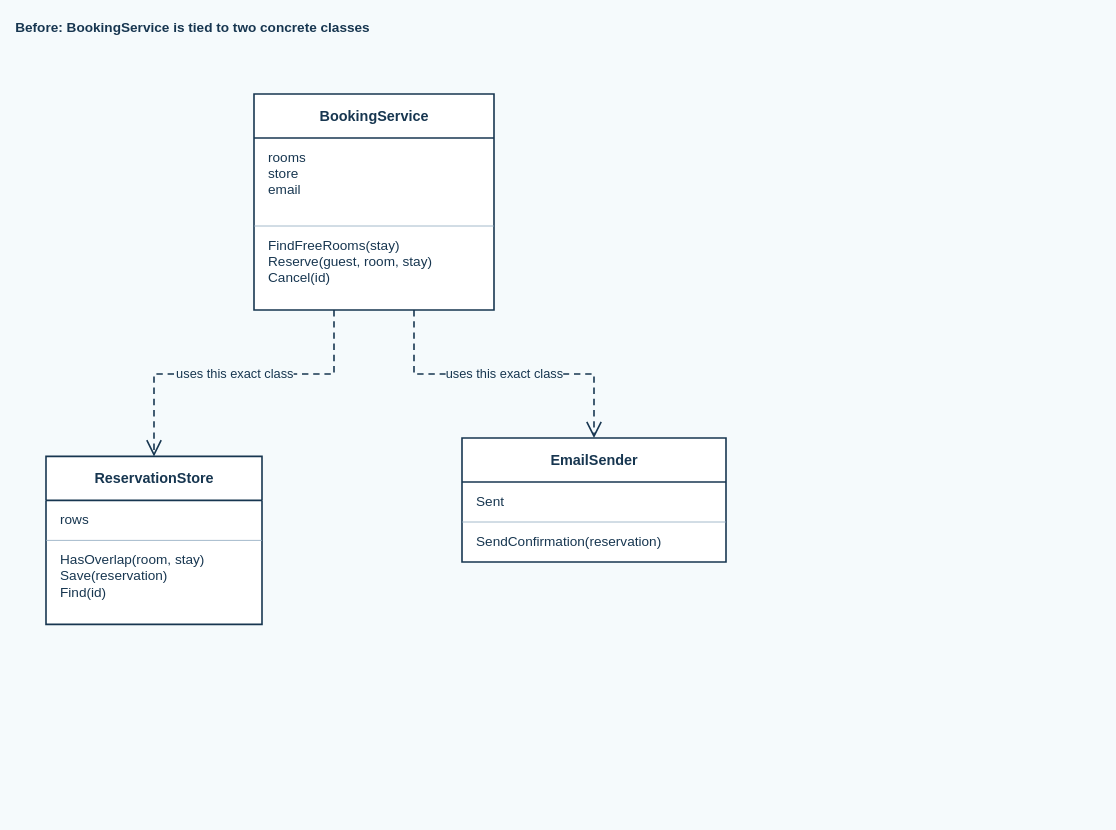
This is page "Classes" (1 of 8) of docs/diagrams.drawio from muhammadjonsaidov/hotel-booking, a draw.io file, before an edit. Source tidied: cells renumbered, new cells numbered last; positions are measured from the earlier drawing's top-left corner, leaving out a move shared by most shapes. Both pictures are drawn from the tidied source at 80%, with x=0, y=0 at pixel (14, 14).
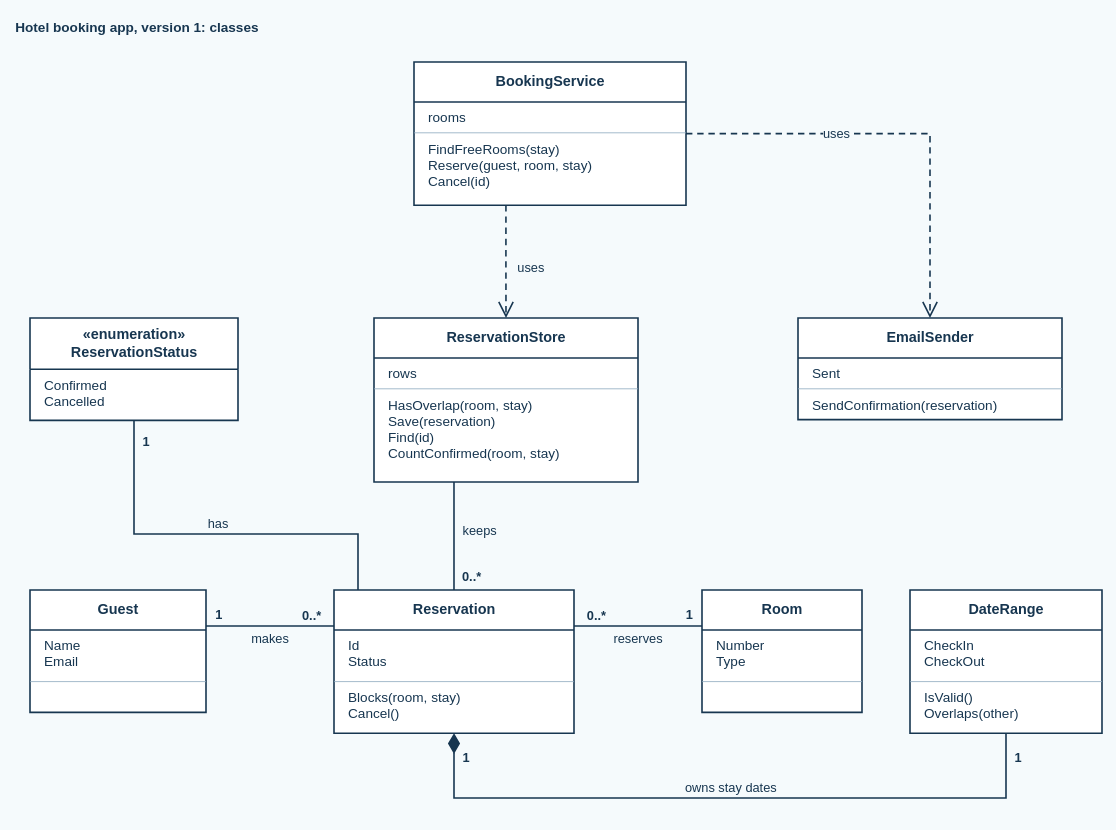
The same page after the edit.

Commit message (it also covers changes not shown here):
Redraw P03 class diagram and clean Forbidden arrow style

The Classes page held only the three-class "before" sketch. It now shows
the full version 1 design: 8 classes and 7 links (two "uses" dependencies,
four associations with multiplicities, and the Reservation-DateRange
composition).

On the Modules page, the Forbidden arrow listed strokeColor and fontColor
twice; the duplicate blue values are removed so the arrow is plainly red.

Change to the diagram source:
```diff
@@
-    <mxCell id="2" value="Before: BookingService is tied to two concrete classes" style="text;html=1;align=left;verticalAlign=middle;fontStyle=1;fontSize=17;fontColor=#173650;" parent="1" vertex="1">
+    <mxCell id="2" value="Hotel booking app, version 1: classes" style="text;html=1;align=left;verticalAlign=middle;fontStyle=1;fontSize=17;fontColor=#173650;" parent="1" vertex="1">
       <mxGeometry width="900" height="35" as="geometry" />
     </mxCell>
-    <mxCell id="3" value="BookingService" style="swimlane;html=1;startSize=55;horizontal=1;fillColor=#ffffff;swimlaneFillColor=#ffffff;strokeColor=#173650;strokeWidth=2;fontColor=#173650;fontSize=18;fontStyle=1;align=center;" parent="1" vertex="1">
-      <mxGeometry x="300" y="100" width="300" height="270" as="geometry" />
+    <mxCell id="3" value="BookingService" style="swimlane;html=1;fontStyle=1;align=center;verticalAlign=middle;horizontal=1;startSize=50;fillColor=#ffffff;swimlaneFillColor=#ffffff;strokeColor=#173650;strokeWidth=2;fontColor=#173650;fontSize=18;" parent="1" vertex="1">
+      <mxGeometry x="500" y="60" width="340" height="179" as="geometry" />
     </mxCell>
-    <mxCell id="4" value="rooms&lt;br&gt;store&lt;br&gt;email" style="text;html=1;align=left;verticalAlign=top;spacingLeft=16;spacingTop=8;fontSize=17;fontColor=#173650;overflow=hidden;" parent="3" vertex="1">
-      <mxGeometry y="55" width="300" height="110" as="geometry" />
+    <mxCell id="4" value="rooms" style="text;html=1;align=left;verticalAlign=top;spacingLeft=16;spacingTop=4;fontSize=17;fontColor=#173650;strokeColor=none;fillColor=none;overflow=hidden;" parent="3" vertex="1">
+      <mxGeometry y="50" width="340" height="38" as="geometry" />
     </mxCell>
+    <mxCell id="17" style="line;html=1;strokeWidth=1;strokeColor=#8da9be;fillColor=none;align=left;verticalAlign=middle;spacingTop=-1;spacingLeft=3;spacingRight=3;labelPosition=right;" parent="3" vertex="1">
+      <mxGeometry y="88" width="340" height="1" as="geometry" />
+    </mxCell>
-    <mxCell id="5" value="FindFreeRooms(stay)&lt;br&gt;Reserve(guest, room, stay)&lt;br&gt;Cancel(id)" style="text;html=1;align=left;verticalAlign=top;spacingLeft=16;spacingTop=8;fontSize=17;fontColor=#173650;overflow=hidden;" parent="3" vertex="1">
-      <mxGeometry y="165" width="300" height="105" as="geometry" />
+    <mxCell id="5" value="FindFreeRooms(stay)&lt;br&gt;Reserve(guest, room, stay)&lt;br&gt;Cancel(id)" style="text;html=1;align=left;verticalAlign=top;spacingLeft=16;spacingTop=4;fontSize=17;fontColor=#173650;strokeColor=none;fillColor=none;overflow=hidden;" parent="3" vertex="1">
+      <mxGeometry y="89" width="340" height="90" as="geometry" />
     </mxCell>
-    <mxCell id="6" style="endArrow=none;startArrow=none;strokeColor=#8da9be;strokeWidth=1;" parent="3" edge="1">
-      <mxGeometry relative="1" as="geometry">
-        <mxPoint y="165" as="sourcePoint" />
-        <mxPoint x="300" y="165" as="targetPoint" />
-      </mxGeometry>
-    </mxCell>
+    <mxCell id="18" value="&amp;laquo;enumeration&amp;raquo;&lt;br&gt;ReservationStatus" style="swimlane;html=1;fontStyle=1;align=center;verticalAlign=middle;horizontal=1;startSize=64;fillColor=#ffffff;swimlaneFillColor=#ffffff;strokeColor=#173650;strokeWidth=2;fontColor=#173650;fontSize=18;" parent="1" vertex="1">
+      <mxGeometry x="20" y="380" width="260" height="128" as="geometry" />
+    </mxCell>
+    <mxCell id="19" value="Confirmed&lt;br&gt;Cancelled" style="text;html=1;align=left;verticalAlign=top;spacingLeft=16;spacingTop=4;fontSize=17;fontColor=#173650;strokeColor=none;fillColor=none;overflow=hidden;" parent="18" vertex="1">
+      <mxGeometry y="64" width="260" height="64" as="geometry" />
+    </mxCell>
-    <mxCell id="7" value="ReservationStore" style="swimlane;html=1;startSize=55;horizontal=1;fillColor=#ffffff;swimlaneFillColor=#ffffff;strokeColor=#173650;strokeWidth=2;fontColor=#173650;fontSize=18;fontStyle=1;align=center;" parent="1" vertex="1">
-      <mxGeometry x="40" y="553" width="270" height="210" as="geometry" />
+    <mxCell id="7" value="ReservationStore" style="swimlane;html=1;fontStyle=1;align=center;verticalAlign=middle;horizontal=1;startSize=50;fillColor=#ffffff;swimlaneFillColor=#ffffff;strokeColor=#173650;strokeWidth=2;fontColor=#173650;fontSize=18;" parent="1" vertex="1">
+      <mxGeometry x="450" y="380" width="330" height="205" as="geometry" />
     </mxCell>
-    <mxCell id="8" value="rows" style="text;html=1;align=left;verticalAlign=top;spacingLeft=16;spacingTop=8;fontSize=17;fontColor=#173650;overflow=hidden;" parent="7" vertex="1">
-      <mxGeometry y="55" width="270" height="50" as="geometry" />
+    <mxCell id="8" value="rows" style="text;html=1;align=left;verticalAlign=top;spacingLeft=16;spacingTop=4;fontSize=17;fontColor=#173650;strokeColor=none;fillColor=none;overflow=hidden;" parent="7" vertex="1">
+      <mxGeometry y="50" width="330" height="38" as="geometry" />
     </mxCell>
+    <mxCell id="20" style="line;html=1;strokeWidth=1;strokeColor=#8da9be;fillColor=none;align=left;verticalAlign=middle;spacingTop=-1;spacingLeft=3;spacingRight=3;labelPosition=right;" parent="7" vertex="1">
+      <mxGeometry y="88" width="330" height="1" as="geometry" />
+    </mxCell>
-    <mxCell id="9" value="HasOverlap(room, stay)&lt;br&gt;Save(reservation)&lt;br&gt;Find(id)" style="text;html=1;align=left;verticalAlign=top;spacingLeft=16;spacingTop=8;fontSize=17;fontColor=#173650;overflow=hidden;" parent="7" vertex="1">
-      <mxGeometry y="105" width="270" height="105" as="geometry" />
+    <mxCell id="9" value="HasOverlap(room, stay)&lt;br&gt;Save(reservation)&lt;br&gt;Find(id)&lt;br&gt;CountConfirmed(room, stay)" style="text;html=1;align=left;verticalAlign=top;spacingLeft=16;spacingTop=4;fontSize=17;fontColor=#173650;strokeColor=none;fillColor=none;overflow=hidden;" parent="7" vertex="1">
+      <mxGeometry y="89" width="330" height="116" as="geometry" />
     </mxCell>
-    <mxCell id="10" style="endArrow=none;startArrow=none;strokeColor=#8da9be;strokeWidth=1;" parent="7" edge="1">
-      <mxGeometry relative="1" as="geometry">
-        <mxPoint y="105" as="sourcePoint" />
-        <mxPoint x="270" y="105" as="targetPoint" />
-      </mxGeometry>
-    </mxCell>
-    <mxCell id="11" value="EmailSender" style="swimlane;html=1;startSize=55;horizontal=1;fillColor=#ffffff;swimlaneFillColor=#ffffff;strokeColor=#173650;strokeWidth=2;fontColor=#173650;fontSize=18;fontStyle=1;align=center;" parent="1" vertex="1">
-      <mxGeometry x="560" y="530" width="330" height="155" as="geometry" />
+    <mxCell id="11" value="EmailSender" style="swimlane;html=1;fontStyle=1;align=center;verticalAlign=middle;horizontal=1;startSize=50;fillColor=#ffffff;swimlaneFillColor=#ffffff;strokeColor=#173650;strokeWidth=2;fontColor=#173650;fontSize=18;" parent="1" vertex="1">
+      <mxGeometry x="980" y="380" width="330" height="127" as="geometry" />
     </mxCell>
-    <mxCell id="12" value="Sent" style="text;html=1;align=left;verticalAlign=top;spacingLeft=16;spacingTop=8;fontSize=17;fontColor=#173650;overflow=hidden;" parent="11" vertex="1">
-      <mxGeometry y="55" width="330" height="50" as="geometry" />
+    <mxCell id="12" value="Sent" style="text;html=1;align=left;verticalAlign=top;spacingLeft=16;spacingTop=4;fontSize=17;fontColor=#173650;strokeColor=none;fillColor=none;overflow=hidden;" parent="11" vertex="1">
+      <mxGeometry y="50" width="330" height="38" as="geometry" />
     </mxCell>
+    <mxCell id="21" style="line;html=1;strokeWidth=1;strokeColor=#8da9be;fillColor=none;align=left;verticalAlign=middle;spacingTop=-1;spacingLeft=3;spacingRight=3;labelPosition=right;" parent="11" vertex="1">
+      <mxGeometry y="88" width="330" height="1" as="geometry" />
+    </mxCell>
-    <mxCell id="13" value="SendConfirmation(reservation)" style="text;html=1;align=left;verticalAlign=top;spacingLeft=16;spacingTop=8;fontSize=17;fontColor=#173650;overflow=hidden;" parent="11" vertex="1">
-      <mxGeometry y="105" width="330" height="50" as="geometry" />
+    <mxCell id="13" value="SendConfirmation(reservation)" style="text;html=1;align=left;verticalAlign=top;spacingLeft=16;spacingTop=4;fontSize=17;fontColor=#173650;strokeColor=none;fillColor=none;overflow=hidden;" parent="11" vertex="1">
+      <mxGeometry y="89" width="330" height="38" as="geometry" />
     </mxCell>
-    <mxCell id="14" style="endArrow=none;startArrow=none;strokeColor=#8da9be;strokeWidth=1;" parent="11" edge="1">
-      <mxGeometry relative="1" as="geometry">
-        <mxPoint y="105" as="sourcePoint" />
-        <mxPoint x="330" y="105" as="targetPoint" />
-      </mxGeometry>
-    </mxCell>
+    <mxCell id="22" value="Guest" style="swimlane;html=1;fontStyle=1;align=center;verticalAlign=middle;horizontal=1;startSize=50;fillColor=#ffffff;swimlaneFillColor=#ffffff;strokeColor=#173650;strokeWidth=2;fontColor=#173650;fontSize=18;" parent="1" vertex="1">
+      <mxGeometry x="20" y="720" width="220" height="153" as="geometry" />
+    </mxCell>
+    <mxCell id="23" value="Name&lt;br&gt;Email" style="text;html=1;align=left;verticalAlign=top;spacingLeft=16;spacingTop=4;fontSize=17;fontColor=#173650;strokeColor=none;fillColor=none;overflow=hidden;" parent="22" vertex="1">
+      <mxGeometry y="50" width="220" height="64" as="geometry" />
+    </mxCell>
+    <mxCell id="24" style="line;html=1;strokeWidth=1;strokeColor=#8da9be;fillColor=none;align=left;verticalAlign=middle;spacingTop=-1;spacingLeft=3;spacingRight=3;labelPosition=right;" parent="22" vertex="1">
+      <mxGeometry y="114" width="220" height="1" as="geometry" />
+    </mxCell>
+    <mxCell id="25" style="text;html=1;align=left;verticalAlign=top;spacingLeft=16;spacingTop=4;fontSize=17;fontColor=#173650;strokeColor=none;fillColor=none;overflow=hidden;" parent="22" vertex="1">
+      <mxGeometry y="115" width="220" height="38" as="geometry" />
+    </mxCell>
+    <mxCell id="26" value="Reservation" style="swimlane;html=1;fontStyle=1;align=center;verticalAlign=middle;horizontal=1;startSize=50;fillColor=#ffffff;swimlaneFillColor=#ffffff;strokeColor=#173650;strokeWidth=2;fontColor=#173650;fontSize=18;" parent="1" vertex="1">
+      <mxGeometry x="400" y="720" width="300" height="179" as="geometry" />
+    </mxCell>
+    <mxCell id="27" value="Id&lt;br&gt;Status" style="text;html=1;align=left;verticalAlign=top;spacingLeft=16;spacingTop=4;fontSize=17;fontColor=#173650;strokeColor=none;fillColor=none;overflow=hidden;" parent="26" vertex="1">
+      <mxGeometry y="50" width="300" height="64" as="geometry" />
+    </mxCell>
+    <mxCell id="28" style="line;html=1;strokeWidth=1;strokeColor=#8da9be;fillColor=none;align=left;verticalAlign=middle;spacingTop=-1;spacingLeft=3;spacingRight=3;labelPosition=right;" parent="26" vertex="1">
+      <mxGeometry y="114" width="300" height="1" as="geometry" />
+    </mxCell>
+    <mxCell id="29" value="Blocks(room, stay)&lt;br&gt;Cancel()" style="text;html=1;align=left;verticalAlign=top;spacingLeft=16;spacingTop=4;fontSize=17;fontColor=#173650;strokeColor=none;fillColor=none;overflow=hidden;" parent="26" vertex="1">
+      <mxGeometry y="115" width="300" height="64" as="geometry" />
+    </mxCell>
+    <mxCell id="30" value="Room" style="swimlane;html=1;fontStyle=1;align=center;verticalAlign=middle;horizontal=1;startSize=50;fillColor=#ffffff;swimlaneFillColor=#ffffff;strokeColor=#173650;strokeWidth=2;fontColor=#173650;fontSize=18;" parent="1" vertex="1">
+      <mxGeometry x="860" y="720" width="200" height="153" as="geometry" />
+    </mxCell>
+    <mxCell id="31" value="Number&lt;br&gt;Type" style="text;html=1;align=left;verticalAlign=top;spacingLeft=16;spacingTop=4;fontSize=17;fontColor=#173650;strokeColor=none;fillColor=none;overflow=hidden;" parent="30" vertex="1">
+      <mxGeometry y="50" width="200" height="64" as="geometry" />
+    </mxCell>
+    <mxCell id="32" style="line;html=1;strokeWidth=1;strokeColor=#8da9be;fillColor=none;align=left;verticalAlign=middle;spacingTop=-1;spacingLeft=3;spacingRight=3;labelPosition=right;" parent="30" vertex="1">
+      <mxGeometry y="114" width="200" height="1" as="geometry" />
+    </mxCell>
+    <mxCell id="33" style="text;html=1;align=left;verticalAlign=top;spacingLeft=16;spacingTop=4;fontSize=17;fontColor=#173650;strokeColor=none;fillColor=none;overflow=hidden;" parent="30" vertex="1">
+      <mxGeometry y="115" width="200" height="38" as="geometry" />
+    </mxCell>
+    <mxCell id="34" value="DateRange" style="swimlane;html=1;fontStyle=1;align=center;verticalAlign=middle;horizontal=1;startSize=50;fillColor=#ffffff;swimlaneFillColor=#ffffff;strokeColor=#173650;strokeWidth=2;fontColor=#173650;fontSize=18;" parent="1" vertex="1">
+      <mxGeometry x="1120" y="720" width="240" height="179" as="geometry" />
+    </mxCell>
+    <mxCell id="35" value="CheckIn&lt;br&gt;CheckOut" style="text;html=1;align=left;verticalAlign=top;spacingLeft=16;spacingTop=4;fontSize=17;fontColor=#173650;strokeColor=none;fillColor=none;overflow=hidden;" parent="34" vertex="1">
+      <mxGeometry y="50" width="240" height="64" as="geometry" />
+    </mxCell>
+    <mxCell id="36" style="line;html=1;strokeWidth=1;strokeColor=#8da9be;fillColor=none;align=left;verticalAlign=middle;spacingTop=-1;spacingLeft=3;spacingRight=3;labelPosition=right;" parent="34" vertex="1">
+      <mxGeometry y="114" width="240" height="1" as="geometry" />
+    </mxCell>
+    <mxCell id="37" value="IsValid()&lt;br&gt;Overlaps(other)" style="text;html=1;align=left;verticalAlign=top;spacingLeft=16;spacingTop=4;fontSize=17;fontColor=#173650;strokeColor=none;fillColor=none;overflow=hidden;" parent="34" vertex="1">
+      <mxGeometry y="115" width="240" height="64" as="geometry" />
+    </mxCell>
-    <mxCell id="15" value="uses this exact class" style="edgeStyle=orthogonalEdgeStyle;rounded=0;html=1;dashed=1;dashPattern=4 3;endArrow=open;endFill=0;endSize=16;strokeColor=#173650;strokeWidth=2;fontColor=#173650;fontSize=16;labelBackgroundColor=#f5fafc;exitX=0.3333333333333333;exitY=1;exitDx=0;exitDy=0;entryX=0.5;entryY=0;entryDx=0;entryDy=0;" parent="1" edge="1" source="3" target="7">
-      <mxGeometry relative="1" as="geometry">
-        <Array as="points">
-          <mxPoint x="400" y="450" />
-          <mxPoint x="175" y="450" />
-          <mxPoint x="175" y="530" />
-        </Array>
-      </mxGeometry>
+    <mxCell id="15" style="edgeStyle=orthogonalEdgeStyle;rounded=0;html=1;strokeColor=#173650;strokeWidth=2;fontColor=#173650;fontSize=16;labelBackgroundColor=#f5fafc;dashed=1;dashPattern=4 3;endArrow=open;endFill=0;endSize=16;startArrow=none;exitX=0.338;exitY=1;exitDx=0;exitDy=0;entryX=0.5;entryY=0;entryDx=0;entryDy=0;" parent="1" edge="1" source="3" target="7">
+      <mxGeometry relative="1" as="geometry" />
     </mxCell>
+    <mxCell id="38" value="uses" style="edgeLabel;html=1;align=center;verticalAlign=middle;fontSize=16;fontColor=#173650;labelBackgroundColor=#f5fafc;" parent="15" vertex="1">
+      <mxGeometry x="0.1" relative="1" as="geometry">
+        <mxPoint x="30" as="offset" />
+      </mxGeometry>
+    </mxCell>
-    <mxCell id="16" value="uses this exact class" style="edgeStyle=orthogonalEdgeStyle;rounded=0;html=1;dashed=1;dashPattern=4 3;endArrow=open;endFill=0;endSize=16;strokeColor=#173650;strokeWidth=2;fontColor=#173650;fontSize=16;labelBackgroundColor=#f5fafc;exitX=0.6666666666666666;exitY=1;exitDx=0;exitDy=0;entryX=0.5;entryY=0;entryDx=0;entryDy=0;" parent="1" edge="1" source="3" target="11">
-      <mxGeometry relative="1" as="geometry">
-        <Array as="points">
-          <mxPoint x="500" y="450" />
-          <mxPoint x="725" y="450" />
-        </Array>
-      </mxGeometry>
+    <mxCell id="16" style="edgeStyle=orthogonalEdgeStyle;rounded=0;html=1;strokeColor=#173650;strokeWidth=2;fontColor=#173650;fontSize=16;labelBackgroundColor=#f5fafc;dashed=1;dashPattern=4 3;endArrow=open;endFill=0;endSize=16;startArrow=none;exitX=1;exitY=0.5;exitDx=0;exitDy=0;entryX=0.5;entryY=0;entryDx=0;entryDy=0;" parent="1" edge="1" source="3" target="11">
+      <mxGeometry relative="1" as="geometry" />
     </mxCell>
+    <mxCell id="39" value="uses" style="edgeLabel;html=1;align=center;verticalAlign=middle;fontSize=16;fontColor=#173650;labelBackgroundColor=#f5fafc;" parent="16" vertex="1">
+      <mxGeometry x="-0.3" relative="1" as="geometry" />
+    </mxCell>
+    <mxCell id="40" style="edgeStyle=orthogonalEdgeStyle;rounded=0;html=1;strokeColor=#173650;strokeWidth=2;fontColor=#173650;fontSize=16;labelBackgroundColor=#f5fafc;endArrow=none;startArrow=none;exitX=0.303;exitY=1;exitDx=0;exitDy=0;entryX=0.5;entryY=0;entryDx=0;entryDy=0;" parent="1" edge="1" source="7" target="26">
+      <mxGeometry relative="1" as="geometry" />
+    </mxCell>
+    <mxCell id="41" value="keeps" style="edgeLabel;html=1;align=center;verticalAlign=middle;fontSize=16;fontColor=#173650;labelBackgroundColor=#f5fafc;" parent="40" vertex="1">
+      <mxGeometry x="-0.1" relative="1" as="geometry">
+        <mxPoint x="32" as="offset" />
+      </mxGeometry>
+    </mxCell>
+    <mxCell id="42" value="0..*" style="edgeLabel;html=1;align=center;verticalAlign=middle;fontSize=16;fontColor=#173650;labelBackgroundColor=#f5fafc;fontStyle=1;" parent="40" vertex="1">
+      <mxGeometry x="0.75" relative="1" as="geometry">
+        <mxPoint x="22" as="offset" />
+      </mxGeometry>
+    </mxCell>
+    <mxCell id="43" style="edgeStyle=orthogonalEdgeStyle;rounded=0;html=1;strokeColor=#173650;strokeWidth=2;fontColor=#173650;fontSize=16;labelBackgroundColor=#f5fafc;endArrow=none;startArrow=none;exitX=0.1;exitY=0;exitDx=0;exitDy=0;entryX=0.5;entryY=1;entryDx=0;entryDy=0;" parent="1" edge="1" source="26" target="18">
+      <mxGeometry relative="1" as="geometry">
+        <Array as="points">
+          <mxPoint x="430" y="650" />
+          <mxPoint x="150" y="650" />
+        </Array>
+      </mxGeometry>
+    </mxCell>
+    <mxCell id="44" value="has" style="edgeLabel;html=1;align=center;verticalAlign=middle;fontSize=16;fontColor=#173650;labelBackgroundColor=#f5fafc;" parent="43" vertex="1">
+      <mxGeometry relative="1" as="geometry">
+        <mxPoint y="-14" as="offset" />
+      </mxGeometry>
+    </mxCell>
+    <mxCell id="45" value="1" style="edgeLabel;html=1;align=center;verticalAlign=middle;fontSize=16;fontColor=#173650;labelBackgroundColor=#f5fafc;fontStyle=1;" parent="43" vertex="1">
+      <mxGeometry x="0.9" relative="1" as="geometry">
+        <mxPoint x="14" as="offset" />
+      </mxGeometry>
+    </mxCell>
+    <mxCell id="46" style="edgeStyle=orthogonalEdgeStyle;rounded=0;html=1;strokeColor=#173650;strokeWidth=2;fontColor=#173650;fontSize=16;labelBackgroundColor=#f5fafc;endArrow=none;startArrow=none;exitX=1;exitY=0.2941;exitDx=0;exitDy=0;entryX=0;entryY=0.2514;entryDx=0;entryDy=0;" parent="1" edge="1" source="22" target="26">
+      <mxGeometry relative="1" as="geometry" />
+    </mxCell>
+    <mxCell id="47" value="makes" style="edgeLabel;html=1;align=center;verticalAlign=middle;fontSize=16;fontColor=#173650;labelBackgroundColor=#f5fafc;" parent="46" vertex="1">
+      <mxGeometry relative="1" as="geometry">
+        <mxPoint y="16" as="offset" />
+      </mxGeometry>
+    </mxCell>
+    <mxCell id="48" value="1" style="edgeLabel;html=1;align=center;verticalAlign=middle;fontSize=16;fontColor=#173650;labelBackgroundColor=#f5fafc;fontStyle=1;" parent="46" vertex="1">
+      <mxGeometry x="-0.8" relative="1" as="geometry">
+        <mxPoint y="-14" as="offset" />
+      </mxGeometry>
+    </mxCell>
+    <mxCell id="49" value="0..*" style="edgeLabel;html=1;align=center;verticalAlign=middle;fontSize=16;fontColor=#173650;labelBackgroundColor=#f5fafc;fontStyle=1;" parent="46" vertex="1">
+      <mxGeometry x="0.65" relative="1" as="geometry">
+        <mxPoint y="-14" as="offset" />
+      </mxGeometry>
+    </mxCell>
+    <mxCell id="50" style="edgeStyle=orthogonalEdgeStyle;rounded=0;html=1;strokeColor=#173650;strokeWidth=2;fontColor=#173650;fontSize=16;labelBackgroundColor=#f5fafc;endArrow=none;startArrow=none;exitX=1;exitY=0.2514;exitDx=0;exitDy=0;entryX=0;entryY=0.2941;entryDx=0;entryDy=0;" parent="1" edge="1" source="26" target="30">
+      <mxGeometry relative="1" as="geometry" />
+    </mxCell>
+    <mxCell id="51" value="reserves" style="edgeLabel;html=1;align=center;verticalAlign=middle;fontSize=16;fontColor=#173650;labelBackgroundColor=#f5fafc;" parent="50" vertex="1">
+      <mxGeometry relative="1" as="geometry">
+        <mxPoint y="16" as="offset" />
+      </mxGeometry>
+    </mxCell>
+    <mxCell id="52" value="0..*" style="edgeLabel;html=1;align=center;verticalAlign=middle;fontSize=16;fontColor=#173650;labelBackgroundColor=#f5fafc;fontStyle=1;" parent="50" vertex="1">
+      <mxGeometry x="-0.65" relative="1" as="geometry">
+        <mxPoint y="-14" as="offset" />
+      </mxGeometry>
+    </mxCell>
+    <mxCell id="53" value="1" style="edgeLabel;html=1;align=center;verticalAlign=middle;fontSize=16;fontColor=#173650;labelBackgroundColor=#f5fafc;fontStyle=1;" parent="50" vertex="1">
+      <mxGeometry x="0.8" relative="1" as="geometry">
+        <mxPoint y="-14" as="offset" />
+      </mxGeometry>
+    </mxCell>
+    <mxCell id="54" style="edgeStyle=orthogonalEdgeStyle;rounded=0;html=1;strokeColor=#173650;strokeWidth=2;fontColor=#173650;fontSize=16;labelBackgroundColor=#f5fafc;endArrow=none;startArrow=diamondThin;startFill=1;startSize=20;exitX=0.5;exitY=1;exitDx=0;exitDy=0;entryX=0.5;entryY=1;entryDx=0;entryDy=0;" parent="1" edge="1" source="26" target="34">
+      <mxGeometry relative="1" as="geometry">
+        <Array as="points">
+          <mxPoint x="550" y="980" />
+          <mxPoint x="1240" y="980" />
+        </Array>
+      </mxGeometry>
+    </mxCell>
+    <mxCell id="55" value="owns stay dates" style="edgeLabel;html=1;align=center;verticalAlign=middle;fontSize=16;fontColor=#173650;labelBackgroundColor=#f5fafc;" parent="54" vertex="1">
+      <mxGeometry relative="1" as="geometry">
+        <mxPoint y="-14" as="offset" />
+      </mxGeometry>
+    </mxCell>
+    <mxCell id="56" value="1" style="edgeLabel;html=1;align=center;verticalAlign=middle;fontSize=16;fontColor=#173650;labelBackgroundColor=#f5fafc;fontStyle=1;" parent="54" vertex="1">
+      <mxGeometry x="-0.93" relative="1" as="geometry">
+        <mxPoint x="14" as="offset" />
+      </mxGeometry>
+    </mxCell>
+    <mxCell id="57" value="1" style="edgeLabel;html=1;align=center;verticalAlign=middle;fontSize=16;fontColor=#173650;labelBackgroundColor=#f5fafc;fontStyle=1;" parent="54" vertex="1">
+      <mxGeometry x="0.93" relative="1" as="geometry">
+        <mxPoint x="14" as="offset" />
+      </mxGeometry>
+    </mxCell>
```
